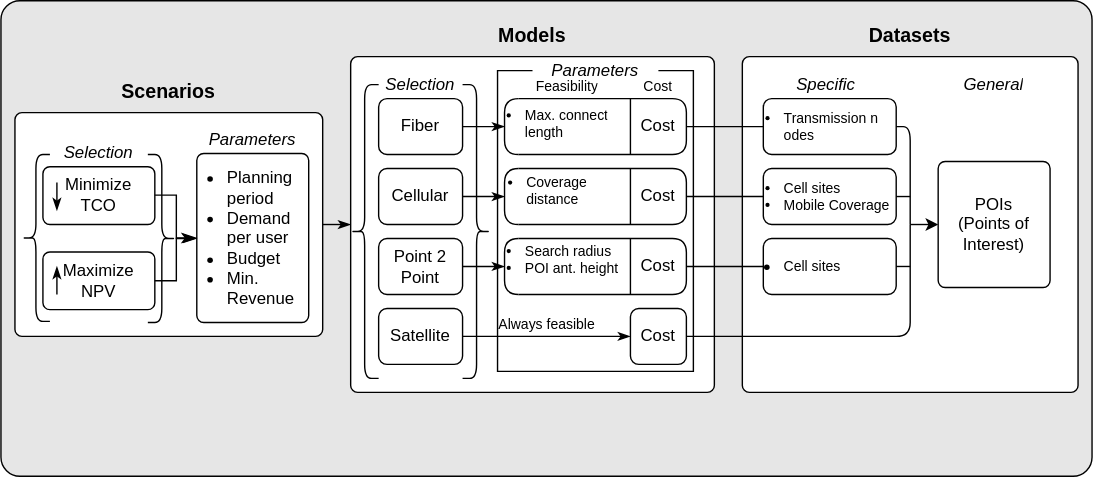
The draw.io diagram docs/diagrams/model.drawio.svg in FNS-Division/cpp-user-guide, before a commit. Source tidied: cells renumbered, new cells last; positions are measured from the earlier drawing's top-left corner, leaving out a move shared by most shapes.
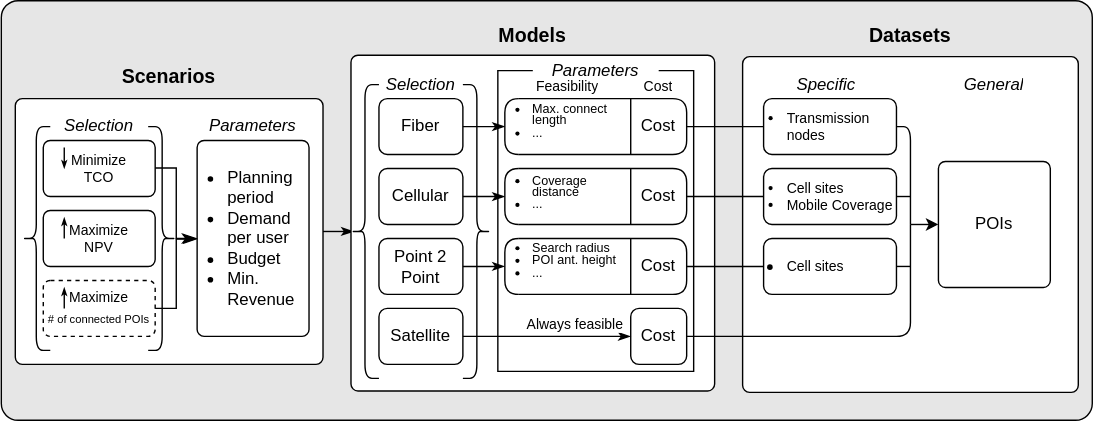
The same diagram one commit later.

Commit message:
updated model diagram

The edit, as a diff of the source:
```diff
@@ -3,37 +3,37 @@
     <mxCell id="0" />
     <mxCell id="1" parent="0" />
     <mxCell id="2" style="rounded=1;whiteSpace=wrap;html=1;shadow=0;labelBackgroundColor=none;sketch=0;strokeColor=default;fontFamily=Helvetica;fontSize=10;fillColor=#E6E6E6;gradientColor=none;gradientDirection=north;arcSize=4;" parent="1" vertex="1">
-      <mxGeometry width="780" height="340" as="geometry" />
+      <mxGeometry width="780" height="300" as="geometry" />
     </mxCell>
-    <mxCell id="3" style="edgeStyle=none;html=1;strokeWidth=1;fontSize=12;endArrow=classicThin;endFill=1;" parent="1" edge="1" source="4" target="18">
+    <mxCell id="3" style="edgeStyle=none;html=1;strokeWidth=1;fontSize=12;endArrow=classicThin;endFill=1;entryX=0.1;entryY=0.5;entryDx=0;entryDy=0;entryPerimeter=0;" parent="1" edge="1" source="4" target="28">
       <mxGeometry relative="1" as="geometry" />
     </mxCell>
     <mxCell id="4" style="rounded=1;absoluteArcSize=1;html=1;arcSize=10;whiteSpace=wrap;points=[];strokeColor=inherit;fillColor=inherit;" parent="1" vertex="1">
-      <mxGeometry x="10" y="80" width="220" height="160" as="geometry" />
+      <mxGeometry x="10" y="70" width="220" height="190" as="geometry" />
     </mxCell>
     <mxCell id="5" value="&lt;b&gt;&lt;font style=&quot;font-size: 14px;&quot;&gt;Scenarios&lt;/font&gt;&lt;/b&gt;&lt;div&gt;&lt;/div&gt;" style="text;strokeColor=none;fillColor=none;spacingLeft=4;spacingRight=4;overflow=hidden;fontSize=12;whiteSpace=wrap;html=1;align=center;" parent="1" vertex="1">
-      <mxGeometry x="20" y="50" width="200" height="30" as="geometry" />
+      <mxGeometry x="20" y="39" width="200" height="30" as="geometry" />
     </mxCell>
     <mxCell id="6" value="&lt;i&gt;Selection&lt;/i&gt;" style="text;strokeColor=none;fillColor=none;spacingLeft=4;spacingRight=4;overflow=hidden;fontSize=12;whiteSpace=wrap;html=1;verticalAlign=middle;align=center;" parent="1" vertex="1">
-      <mxGeometry x="30" y="98.8" width="80" height="20" as="geometry" />
+      <mxGeometry x="30" y="80" width="80" height="20" as="geometry" />
     </mxCell>
     <mxCell id="7" style="rounded=1;absoluteArcSize=1;html=1;arcSize=10;whiteSpace=wrap;strokeColor=inherit;fillColor=inherit;" parent="1" vertex="1">
       <mxGeometry x="530" y="40" width="240" height="240" as="geometry" />
     </mxCell>
-    <mxCell id="8" value="POIs&lt;br&gt;(Points of Interest)" style="rounded=1;absoluteArcSize=1;html=1;arcSize=10;whiteSpace=wrap;points=[];strokeColor=inherit;fillColor=inherit;" parent="1" vertex="1">
+    <mxCell id="8" value="POIs" style="rounded=1;absoluteArcSize=1;html=1;arcSize=10;whiteSpace=wrap;points=[];strokeColor=inherit;fillColor=inherit;" parent="1" vertex="1">
       <mxGeometry x="670" y="115" width="80" height="90" as="geometry" />
     </mxCell>
     <mxCell id="9" style="rounded=1;absoluteArcSize=1;html=1;arcSize=10;whiteSpace=wrap;points=[];strokeColor=inherit;fillColor=inherit;align=left;horizontal=0;" parent="1" vertex="1">
-      <mxGeometry x="140" y="109.2" width="80" height="120.8" as="geometry" />
+      <mxGeometry x="140" y="100" width="80" height="140" as="geometry" />
     </mxCell>
     <mxCell id="10" value="&lt;i&gt;Parameters&lt;/i&gt;" style="text;strokeColor=none;fillColor=none;spacingLeft=4;spacingRight=4;overflow=hidden;fontSize=12;whiteSpace=wrap;html=1;align=center;verticalAlign=middle;" parent="1" vertex="1">
-      <mxGeometry x="140" y="90" width="80" height="20" as="geometry" />
+      <mxGeometry x="140" y="80" width="80" height="20" as="geometry" />
     </mxCell>
-    <mxCell id="11" value="Minimize&lt;br&gt;TCO" style="rounded=1;absoluteArcSize=1;html=1;arcSize=10;whiteSpace=wrap;points=[];strokeColor=inherit;fillColor=inherit;" parent="1" vertex="1">
-      <mxGeometry x="30" y="118.8" width="80" height="41.2" as="geometry" />
+    <mxCell id="11" value="&lt;p style=&quot;line-height: 120%; font-size: 10px;&quot;&gt;&lt;font style=&quot;font-size: 10px;&quot;&gt;Minimize&lt;br&gt;TCO&lt;/font&gt;&lt;/p&gt;" style="rounded=1;absoluteArcSize=1;html=1;arcSize=10;whiteSpace=wrap;points=[];strokeColor=inherit;fillColor=inherit;" parent="1" vertex="1">
+      <mxGeometry x="30" y="100" width="80" height="40" as="geometry" />
     </mxCell>
-    <mxCell id="12" value="Maximize&lt;br&gt;NPV" style="rounded=1;absoluteArcSize=1;html=1;arcSize=10;whiteSpace=wrap;points=[];strokeColor=inherit;fillColor=inherit;" parent="1" vertex="1">
-      <mxGeometry x="30" y="179.6" width="80" height="41.2" as="geometry" />
+    <mxCell id="12" value="&lt;p style=&quot;line-height: 120%;&quot;&gt;&lt;font style=&quot;&quot;&gt;&lt;font style=&quot;font-size: 10px;&quot;&gt;Maximize&lt;/font&gt;&lt;br&gt;&lt;span style=&quot;font-size: 8px;&quot;&gt;# of connected POIs&lt;/span&gt;&lt;/font&gt;&lt;/p&gt;" style="rounded=1;absoluteArcSize=1;html=1;arcSize=10;whiteSpace=wrap;points=[];strokeColor=inherit;fillColor=inherit;shadow=0;glass=0;dashed=1;" parent="1" vertex="1">
+      <mxGeometry x="30" y="200" width="80" height="40" as="geometry" />
     </mxCell>
     <mxCell id="13" style="edgeStyle=elbowEdgeStyle;elbow=horizontal;endArrow=classicThin;html=1;curved=0;rounded=0;endSize=8;startSize=8;fontSize=14;exitX=1;exitY=0.491;exitDx=0;exitDy=0;exitPerimeter=0;endFill=1;" parent="1" edge="1" source="11" target="9">
       <mxGeometry relative="1" as="geometry" />
@@ -42,16 +42,16 @@
       <mxGeometry relative="1" as="geometry" />
     </mxCell>
     <mxCell id="15" style="shape=curlyBracket;whiteSpace=wrap;html=1;rounded=1;labelPosition=left;verticalLabelPosition=middle;align=right;verticalAlign=middle;fontSize=14;fillColor=none;size=0.5;" parent="1" vertex="1">
-      <mxGeometry x="15" y="110" width="20" height="119.2" as="geometry" />
+      <mxGeometry x="15" y="90" width="20" height="160" as="geometry" />
     </mxCell>
     <mxCell id="16" style="shape=curlyBracket;whiteSpace=wrap;html=1;rounded=1;flipH=1;labelPosition=right;verticalLabelPosition=middle;align=left;verticalAlign=middle;fontSize=14;fillColor=none;size=0.5;" parent="1" vertex="1">
-      <mxGeometry x="105" y="110" width="20" height="120" as="geometry" />
+      <mxGeometry x="105" y="90" width="20" height="160" as="geometry" />
     </mxCell>
-    <mxCell id="17" value="&lt;ul style=&quot;font-size: 12px;&quot;&gt;&lt;li&gt;Planning&lt;br&gt;period&lt;/li&gt;&lt;li&gt;Demand &lt;br&gt;per user&lt;/li&gt;&lt;li&gt;Budget&lt;br&gt;&lt;/li&gt;&lt;li&gt;Min. &lt;br&gt;Revenue&lt;/li&gt;&lt;/ul&gt;" style="text;html=1;align=left;verticalAlign=middle;strokeColor=none;fillColor=none;fontSize=14;" parent="1" vertex="1">
-      <mxGeometry x="120" y="90" width="110" height="160" as="geometry" />
+    <mxCell id="17" value="&lt;p style=&quot;line-height: 120%;&quot;&gt;&lt;/p&gt;&lt;ul style=&quot;font-size: 12px; line-height: 120%;&quot;&gt;&lt;li&gt;Planning&lt;br&gt;period&lt;/li&gt;&lt;li&gt;Demand &lt;br&gt;per user&lt;/li&gt;&lt;li&gt;Budget&lt;br&gt;&lt;/li&gt;&lt;li&gt;Min. &lt;br&gt;Revenue&lt;/li&gt;&lt;/ul&gt;&lt;p&gt;&lt;/p&gt;" style="text;html=1;align=left;verticalAlign=middle;strokeColor=none;fillColor=none;fontSize=14;" parent="1" vertex="1">
+      <mxGeometry x="120" y="85" width="110" height="170" as="geometry" />
     </mxCell>
     <mxCell id="18" style="rounded=1;absoluteArcSize=1;html=1;arcSize=10;whiteSpace=wrap;points=[];strokeColor=inherit;fillColor=inherit;" parent="1" vertex="1">
-      <mxGeometry x="250" y="40" width="260" height="240" as="geometry" />
+      <mxGeometry x="250" y="39" width="260" height="240" as="geometry" />
     </mxCell>
     <mxCell id="19" style="edgeStyle=none;html=1;exitX=1;exitY=0.5;exitDx=0;exitDy=0;entryX=0;entryY=0.5;entryDx=0;entryDy=0;strokeWidth=1;fontSize=12;endArrow=classicThin;endFill=1;" parent="1" edge="1" source="20">
       <mxGeometry relative="1" as="geometry">
@@ -64,11 +64,13 @@
     <mxCell id="21" value="&lt;b&gt;&lt;font style=&quot;font-size: 14px;&quot;&gt;Models&lt;/font&gt;&lt;/b&gt;&lt;div&gt;&lt;/div&gt;" style="text;strokeColor=none;fillColor=none;spacingLeft=4;spacingRight=4;overflow=hidden;fontSize=12;whiteSpace=wrap;html=1;align=center;" parent="1" vertex="1">
       <mxGeometry x="250" y="10" width="260" height="30" as="geometry" />
     </mxCell>
-    <mxCell id="22" style="edgeStyle=none;html=1;strokeWidth=1;fontSize=12;endArrow=classicThin;endFill=1;" parent="1" edge="1" source="23">
-      <mxGeometry relative="1" as="geometry">
-        <mxPoint x="360" y="90" as="targetPoint" />
-      </mxGeometry>
-    </mxCell>
+    <mxCell id="67" style="edgeStyle=none;html=1;exitX=1;exitY=0.5;exitDx=0;exitDy=0;strokeWidth=1;fontSize=10;endArrow=classicThin;endFill=1;endSize=6;entryX=0;entryY=0.5;entryDx=0;entryDy=0;" parent="1" edge="1" source="23" target="31">
+      <mxGeometry relative="1" as="geometry">
+        <Array as="points">
+          <mxPoint x="360" y="90" />
+        </Array>
+      </mxGeometry>
+    </mxCell>
     <mxCell id="23" value="Fiber" style="rounded=1;whiteSpace=wrap;html=1;fontSize=12;fillColor=none;" parent="1" vertex="1">
       <mxGeometry x="270" y="70" width="60" height="40" as="geometry" />
     </mxCell>
@@ -80,7 +82,7 @@
     <mxCell id="25" value="Cellular" style="rounded=1;whiteSpace=wrap;html=1;fontSize=12;fillColor=none;" parent="1" vertex="1">
       <mxGeometry x="270" y="120" width="60" height="40" as="geometry" />
     </mxCell>
-    <mxCell id="26" value="&lt;font style=&quot;font-size: 10px;&quot;&gt;&amp;nbsp; &amp;nbsp; &amp;nbsp; &amp;nbsp;Always feasible&lt;/font&gt;" style="edgeStyle=none;html=1;exitX=1;exitY=0.5;exitDx=0;exitDy=0;strokeWidth=1;fontSize=12;endArrow=classicThin;endFill=1;verticalAlign=bottom;entryX=0;entryY=0.5;entryDx=0;entryDy=0;align=center;" parent="1" edge="1" source="27" target="61">
+    <mxCell id="26" value="&lt;blockquote style=&quot;margin: 0 0 0 40px; border: none; padding: 0px;&quot;&gt;&lt;div style=&quot;text-align: justify;&quot;&gt;&lt;span style=&quot;font-size: 10px;&quot;&gt;Always feasible&lt;/span&gt;&lt;/div&gt;&lt;/blockquote&gt;&lt;div style=&quot;text-align: justify;&quot;&gt;&lt;/div&gt;" style="edgeStyle=none;html=1;exitX=1;exitY=0.5;exitDx=0;exitDy=0;strokeWidth=1;fontSize=12;endArrow=classicThin;endFill=1;verticalAlign=bottom;entryX=0;entryY=0.5;entryDx=0;entryDy=0;align=center;" parent="1" edge="1" source="27" target="61">
       <mxGeometry relative="1" as="geometry" />
     </mxCell>
     <mxCell id="27" value="Satellite" style="rounded=1;whiteSpace=wrap;html=1;fontSize=12;fillColor=none;" parent="1" vertex="1">
@@ -101,7 +103,7 @@
     <mxCell id="32" style="shape=tableRow;horizontal=0;startSize=0;swimlaneHead=0;swimlaneBody=0;top=0;left=0;bottom=0;right=0;fillColor=none;points=[[0,0.5],[1,0.5]];portConstraint=eastwest;" parent="31" vertex="1">
       <mxGeometry x="10" width="120" height="40" as="geometry" />
     </mxCell>
-    <mxCell id="33" value="&lt;ul style=&quot;font-size: 10px;&quot;&gt;&lt;li&gt;&lt;font style=&quot;font-size: 10px;&quot;&gt;Max. connect&amp;nbsp;&lt;br&gt;&lt;/font&gt;length&lt;/li&gt;&lt;/ul&gt;" style="shape=partialRectangle;html=1;overflow=hidden;fillColor=none;top=0;left=0;bottom=0;right=0;align=left;spacing=0;spacingLeft=-35;whiteSpace=wrap;spacingBottom=0;spacingTop=-5;" parent="32" vertex="1">
+    <mxCell id="33" value="&lt;p style=&quot;line-height: 100%;&quot;&gt;&lt;/p&gt;&lt;ul style=&quot;font-size: 9px; line-height: 90%;&quot;&gt;&lt;li&gt;&lt;font style=&quot;font-size: 9px;&quot;&gt;Max. connect&amp;nbsp;&lt;br&gt;&lt;/font&gt;length&lt;/li&gt;&lt;li&gt;...&lt;/li&gt;&lt;/ul&gt;&lt;p&gt;&lt;/p&gt;" style="shape=partialRectangle;html=1;overflow=hidden;fillColor=none;top=0;left=0;bottom=0;right=0;align=left;spacing=0;spacingLeft=-30;whiteSpace=wrap;spacingBottom=0;spacingTop=-9;" parent="32" vertex="1">
       <mxGeometry width="80" height="40" as="geometry" />
     </mxCell>
     <mxCell id="34" value="Cost" style="shape=partialRectangle;html=1;whiteSpace=wrap;overflow=hidden;fillColor=none;top=0;left=0;bottom=0;right=0;" parent="32" vertex="1">
@@ -113,24 +115,12 @@
     <mxCell id="36" style="shape=tableRow;horizontal=0;startSize=0;swimlaneHead=0;swimlaneBody=0;top=0;left=0;bottom=0;right=0;fillColor=none;points=[[0,0.5],[1,0.5]];portConstraint=eastwest;" parent="35" vertex="1">
       <mxGeometry x="10" width="120" height="40" as="geometry" />
     </mxCell>
-    <mxCell id="37" value="&lt;ul&gt;&lt;li style=&quot;font-size: 10px;&quot;&gt;&lt;span style=&quot;background-color: initial;&quot;&gt;Coverage&lt;br&gt;distance&lt;/span&gt;&lt;/li&gt;&lt;/ul&gt;" style="shape=partialRectangle;html=1;whiteSpace=wrap;overflow=hidden;fillColor=none;top=0;left=0;bottom=0;right=0;align=left;spacingLeft=-34;spacingTop=-8;spacing=0;" parent="36" vertex="1">
+    <mxCell id="37" value="&lt;ul style=&quot;line-height: 90%; font-size: 9px;&quot;&gt;&lt;li style=&quot;&quot;&gt;&lt;span style=&quot;background-color: initial;&quot;&gt;Coverage &lt;br&gt;distance&lt;/span&gt;&lt;/li&gt;&lt;li style=&quot;&quot;&gt;&lt;span style=&quot;background-color: initial;&quot;&gt;...&lt;/span&gt;&lt;/li&gt;&lt;/ul&gt;" style="shape=partialRectangle;html=1;whiteSpace=wrap;overflow=hidden;fillColor=none;top=0;left=0;bottom=0;right=0;align=left;spacingLeft=-30;spacingTop=-6;spacing=0;" parent="36" vertex="1">
       <mxGeometry width="80" height="40" as="geometry" />
     </mxCell>
     <mxCell id="38" value="Cost" style="shape=partialRectangle;html=1;whiteSpace=wrap;overflow=hidden;fillColor=none;top=0;left=0;bottom=0;right=0;" parent="36" vertex="1">
       <mxGeometry x="80" width="40" height="40" as="geometry" />
     </mxCell>
-    <mxCell id="39" style="shape=table;startSize=10;rounded=1;arcSize=50;shadow=0;swimlaneLine=0;gradientDirection=north;swimlaneFillColor=none;columnLines=1;resizeLastRow=0;swimlaneHead=1;horizontal=0;" parent="1" vertex="1">
-      <mxGeometry x="360" y="170" width="130" height="40" as="geometry" />
-    </mxCell>
-    <mxCell id="40" style="shape=tableRow;horizontal=0;startSize=0;swimlaneHead=0;swimlaneBody=0;top=0;left=0;bottom=0;right=0;fillColor=none;points=[[0,0.5],[1,0.5]];portConstraint=eastwest;" parent="39" vertex="1">
-      <mxGeometry x="10" width="120" height="40" as="geometry" />
-    </mxCell>
-    <mxCell id="41" value="&lt;ul style=&quot;font-size: 10px;&quot;&gt;&lt;li&gt;&lt;span style=&quot;background-color: rgb(255, 255, 255);&quot;&gt;&lt;font style=&quot;font-size: 10px;&quot;&gt;Search radius&lt;/font&gt;&lt;/span&gt;&lt;/li&gt;&lt;li&gt;&lt;span style=&quot;background-color: rgb(255, 255, 255);&quot;&gt;&lt;font style=&quot;font-size: 10px;&quot;&gt;POI ant. height&lt;/font&gt;&lt;/span&gt;&lt;/li&gt;&lt;/ul&gt;" style="shape=partialRectangle;html=1;whiteSpace=wrap;overflow=hidden;fillColor=none;top=0;left=0;bottom=0;right=0;align=left;spacingLeft=-35;spacing=0;spacingTop=-9;" parent="40" vertex="1">
-      <mxGeometry width="80" height="40" as="geometry" />
-    </mxCell>
-    <mxCell id="42" value="Cost" style="shape=partialRectangle;html=1;whiteSpace=wrap;overflow=hidden;fillColor=none;top=0;left=0;bottom=0;right=0;" parent="40" vertex="1">
-      <mxGeometry x="80" width="40" height="40" as="geometry" />
-    </mxCell>
     <mxCell id="43" style="edgeStyle=none;html=1;exitX=1;exitY=0.5;exitDx=0;exitDy=0;entryX=0.7;entryY=0.65;entryDx=0;entryDy=0;entryPerimeter=0;endArrow=none;endFill=0;" parent="1" edge="1" source="44" target="50">
       <mxGeometry relative="1" as="geometry">
         <Array as="points">
@@ -138,7 +128,7 @@
         </Array>
       </mxGeometry>
     </mxCell>
-    <mxCell id="44" value="&lt;ul style=&quot;font-size: 10px;&quot;&gt;&lt;li style=&quot;&quot;&gt;&lt;font style=&quot;font-size: 10px;&quot;&gt;Transmission n&lt;/font&gt;odes&lt;/li&gt;&lt;/ul&gt;" style="rounded=1;html=1;fontSize=12;fillColor=none;align=left;spacing=0;spacingLeft=-25;whiteSpace=wrap;" parent="1" vertex="1">
+    <mxCell id="44" value="&lt;ul style=&quot;font-size: 10px;&quot;&gt;&lt;li style=&quot;&quot;&gt;&lt;font style=&quot;font-size: 10px;&quot;&gt;Transmission&lt;br&gt;nodes&lt;/font&gt;&lt;/li&gt;&lt;/ul&gt;" style="rounded=1;html=1;fontSize=12;fillColor=none;align=left;spacing=0;spacingLeft=-23;whiteSpace=wrap;" parent="1" vertex="1">
       <mxGeometry x="545" y="70" width="95" height="40" as="geometry" />
     </mxCell>
     <mxCell id="45" style="edgeStyle=none;html=1;exitX=1;exitY=0.5;exitDx=0;exitDy=0;endArrow=none;endFill=0;" parent="1" edge="1" source="46">
@@ -146,7 +136,7 @@
         <mxPoint x="650" y="140" as="targetPoint" />
       </mxGeometry>
     </mxCell>
-    <mxCell id="46" value="&lt;ul style=&quot;font-size: 10px;&quot;&gt;&lt;li&gt;&lt;font style=&quot;font-size: 10px;&quot;&gt;Cell sites&lt;/font&gt;&lt;/li&gt;&lt;li&gt;&lt;font style=&quot;font-size: 10px;&quot;&gt;Mobile Coverage&lt;/font&gt;&lt;/li&gt;&lt;/ul&gt;" style="rounded=1;html=1;fontSize=12;fillColor=none;spacing=0;spacingLeft=-25;align=left;" parent="1" vertex="1">
+    <mxCell id="46" value="&lt;ul style=&quot;font-size: 10px;&quot;&gt;&lt;li&gt;&lt;font style=&quot;font-size: 10px;&quot;&gt;Cell sites&lt;/font&gt;&lt;/li&gt;&lt;li&gt;&lt;font style=&quot;font-size: 10px;&quot;&gt;Mobile Coverage&lt;/font&gt;&lt;/li&gt;&lt;/ul&gt;" style="rounded=1;html=1;fontSize=12;fillColor=none;spacing=0;spacingLeft=-23;align=left;" parent="1" vertex="1">
       <mxGeometry x="545" y="120" width="95" height="40" as="geometry" />
     </mxCell>
     <mxCell id="47" style="edgeStyle=none;html=1;exitX=1;exitY=0.5;exitDx=0;exitDy=0;endArrow=none;endFill=0;" parent="1" edge="1" source="48">
@@ -154,7 +144,7 @@
         <mxPoint x="650" y="190" as="targetPoint" />
       </mxGeometry>
     </mxCell>
-    <mxCell id="48" value="&lt;ul&gt;&lt;li&gt;&lt;font style=&quot;font-size: 10px;&quot;&gt;Cell sites&lt;/font&gt;&lt;/li&gt;&lt;/ul&gt;" style="rounded=1;whiteSpace=wrap;html=1;fontSize=12;fillColor=none;spacing=0;spacingLeft=-25;align=left;" parent="1" vertex="1">
+    <mxCell id="48" value="&lt;ul&gt;&lt;li&gt;&lt;font style=&quot;font-size: 10px;&quot;&gt;Cell sites&lt;/font&gt;&lt;/li&gt;&lt;/ul&gt;" style="rounded=1;whiteSpace=wrap;html=1;fontSize=12;fillColor=none;spacing=0;spacingLeft=-23;align=left;" parent="1" vertex="1">
       <mxGeometry x="545" y="170" width="95" height="40" as="geometry" />
     </mxCell>
     <mxCell id="49" style="edgeStyle=none;html=1;" parent="1" edge="1" source="50" target="8">
@@ -176,9 +166,6 @@
     <mxCell id="53" style="edgeStyle=none;html=1;exitX=1;exitY=0.5;exitDx=0;exitDy=0;entryX=0;entryY=0.5;entryDx=0;entryDy=0;endArrow=none;endFill=0;" parent="1" edge="1" source="36" target="46">
       <mxGeometry relative="1" as="geometry" />
     </mxCell>
-    <mxCell id="54" style="shape=partialRectangle;whiteSpace=wrap;html=1;bottom=1;right=1;left=1;top=0;fillColor=none;routingCenterX=-0.5;rounded=1;shadow=0;sketch=0;strokeColor=default;" parent="1" vertex="1">
-      <mxGeometry x="355" y="50" width="140" height="215" as="geometry" />
-    </mxCell>
     <mxCell id="55" style="edgeStyle=none;html=1;exitX=1;exitY=0.5;exitDx=0;exitDy=0;entryX=0;entryY=0.5;entryDx=0;entryDy=0;endArrow=none;endFill=0;" parent="1" edge="1" source="40" target="48">
       <mxGeometry relative="1" as="geometry" />
     </mxCell>
@@ -215,17 +202,41 @@
         <mxPoint x="495" y="50" as="targetPoint" />
       </mxGeometry>
     </mxCell>
-    <mxCell id="65" style="endArrow=classicThin;html=1;fontFamily=Helvetica;fontSize=10;endFill=1;" parent="1" edge="1">
-      <mxGeometry relative="1" as="geometry">
-        <mxPoint x="40" y="210" as="sourcePoint" />
-        <mxPoint x="40" y="190" as="targetPoint" />
-      </mxGeometry>
-    </mxCell>
-    <mxCell id="66" style="endArrow=classicThin;html=1;fontFamily=Helvetica;fontSize=10;endFill=1;" parent="1" edge="1">
-      <mxGeometry relative="1" as="geometry">
-        <mxPoint x="40" y="130" as="sourcePoint" />
-        <mxPoint x="40" y="150" as="targetPoint" />
-      </mxGeometry>
-    </mxCell>
+    <mxCell id="68" value="&lt;p style=&quot;line-height: 120%; font-size: 10px;&quot;&gt;&lt;font style=&quot;font-size: 10px;&quot;&gt;Maximize&lt;br&gt;NPV&lt;/font&gt;&lt;/p&gt;" style="rounded=1;absoluteArcSize=1;html=1;arcSize=10;whiteSpace=wrap;strokeColor=inherit;fillColor=inherit;" parent="1" vertex="1">
+      <mxGeometry x="30" y="150" width="80" height="40" as="geometry" />
+    </mxCell>
+    <mxCell id="69" style="endArrow=classicThin;html=1;fontFamily=Helvetica;fontSize=10;endFill=1;strokeWidth=1;endSize=3;" parent="1" edge="1">
+      <mxGeometry relative="1" as="geometry">
+        <mxPoint x="45" y="170" as="sourcePoint" />
+        <mxPoint x="45" y="155" as="targetPoint" />
+      </mxGeometry>
+    </mxCell>
+    <mxCell id="70" style="endArrow=classicThin;html=1;fontFamily=Helvetica;fontSize=10;endFill=1;strokeWidth=1;endSize=3;" parent="1" edge="1">
+      <mxGeometry relative="1" as="geometry">
+        <mxPoint x="45" y="105" as="sourcePoint" />
+        <mxPoint x="45" y="120" as="targetPoint" />
+      </mxGeometry>
+    </mxCell>
+    <mxCell id="71" style="endArrow=classicThin;html=1;fontFamily=Helvetica;fontSize=10;endFill=1;strokeWidth=1;endSize=3;" parent="1" edge="1">
+      <mxGeometry relative="1" as="geometry">
+        <mxPoint x="45" y="220" as="sourcePoint" />
+        <mxPoint x="45" y="205" as="targetPoint" />
+      </mxGeometry>
+    </mxCell>
+    <mxCell id="39" style="shape=table;startSize=10;rounded=1;arcSize=50;shadow=0;swimlaneLine=0;gradientDirection=north;swimlaneFillColor=none;columnLines=1;resizeLastRow=0;swimlaneHead=1;horizontal=0;" parent="1" vertex="1">
+      <mxGeometry x="360" y="170" width="130" height="40" as="geometry" />
+    </mxCell>
+    <mxCell id="40" style="shape=tableRow;horizontal=0;startSize=0;swimlaneHead=0;swimlaneBody=0;top=0;left=0;bottom=0;right=0;fillColor=none;points=[[0,0.5],[1,0.5]];portConstraint=eastwest;" parent="39" vertex="1">
+      <mxGeometry x="10" width="120" height="40" as="geometry" />
+    </mxCell>
+    <mxCell id="41" value="&lt;ul style=&quot;font-size: 9px; line-height: 100%;&quot;&gt;&lt;li&gt;&lt;span style=&quot;background-color: rgb(255, 255, 255);&quot;&gt;&lt;font style=&quot;font-size: 9px;&quot;&gt;Search radius&lt;/font&gt;&lt;/span&gt;&lt;/li&gt;&lt;li&gt;&lt;span style=&quot;background-color: rgb(255, 255, 255);&quot;&gt;&lt;font style=&quot;font-size: 9px;&quot;&gt;POI ant. height&lt;br&gt;&lt;/font&gt;&lt;/span&gt;&lt;/li&gt;&lt;li&gt;&lt;span style=&quot;background-color: rgb(255, 255, 255);&quot;&gt;...&lt;/span&gt;&lt;/li&gt;&lt;/ul&gt;" style="shape=partialRectangle;html=1;whiteSpace=wrap;overflow=hidden;fillColor=none;top=0;left=0;bottom=0;right=0;align=left;spacingLeft=-30;spacing=0;spacingTop=-9;" parent="40" vertex="1">
+      <mxGeometry width="80" height="40" as="geometry" />
+    </mxCell>
+    <mxCell id="42" value="Cost" style="shape=partialRectangle;html=1;whiteSpace=wrap;overflow=hidden;fillColor=none;top=0;left=0;bottom=0;right=0;" parent="40" vertex="1">
+      <mxGeometry x="80" width="40" height="40" as="geometry" />
+    </mxCell>
+    <mxCell id="72" style="shape=partialRectangle;whiteSpace=wrap;html=1;bottom=1;right=1;left=1;top=0;fillColor=none;routingCenterX=-0.5;shadow=0;glass=0;sketch=0;fontSize=10;" parent="1" vertex="1">
+      <mxGeometry x="355" y="50" width="140" height="215" as="geometry" />
+    </mxCell>
   </root>
 </mxGraphModel>
```
